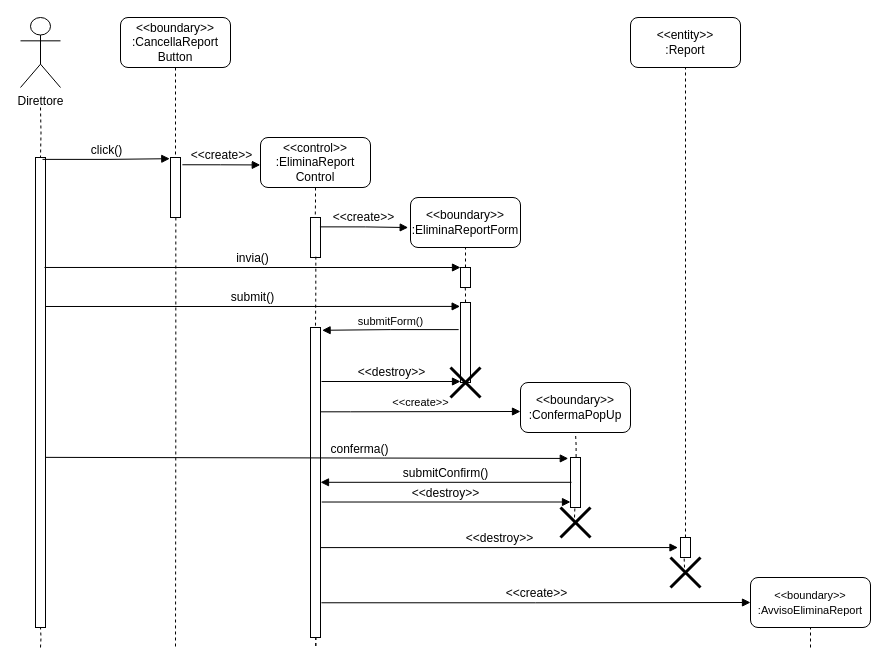
Above: Documentazione/Resources/Sequence Diagram/Sequence Diagram DeleteReport.drawio in Alberto-00/EasyPass (draw.io), before the change. Source tidied: cells renumbered, new cells numbered last; positions are measured from the earlier drawing's top-left corner, leaving out a move shared by most shapes. Both pictures are drawn from the tidied source at 100%, with x=0, y=0 at pixel (20, 17).
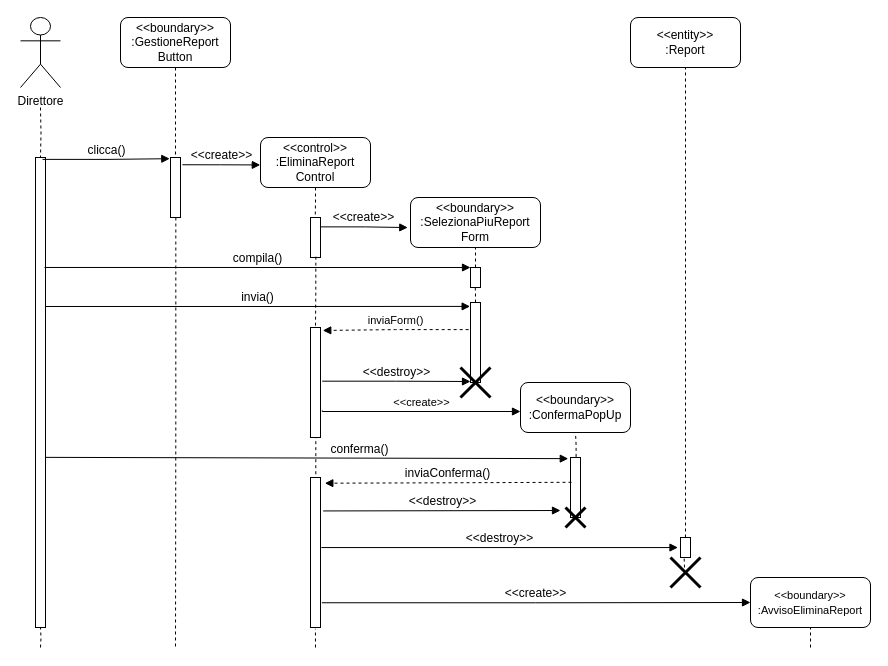
After the change.

Commit message (it also covers changes not shown here):
Sequence Diagram

Unchanged cells that the change refers to:
```xml
<mxCell id="4" style="html=1;points=[];perimeter=orthogonalPerimeter;" parent="1" vertex="1">
  <mxGeometry x="15" y="140" width="10" height="470" as="geometry" />
</mxCell>
<mxCell id="8" style="html=1;points=[];perimeter=orthogonalPerimeter;" parent="1" vertex="1">
  <mxGeometry x="150" y="140" width="10" height="60" as="geometry" />
</mxCell>
<mxCell id="30" style="html=1;points=[];perimeter=orthogonalPerimeter;" parent="1" vertex="1">
  <mxGeometry x="660" y="520" width="10" height="20" as="geometry" />
</mxCell>
<mxCell id="44" value="&lt;span style=&quot;font-size: 11px&quot;&gt;&amp;lt;&amp;lt;boundary&amp;gt;&amp;gt;&lt;br&gt;:AvvisoEliminaReport&lt;/span&gt;" style="rounded=1;whiteSpace=wrap;html=1;" parent="1" vertex="1">
  <mxGeometry x="730" y="560" width="120" height="50" as="geometry" />
</mxCell>
```

Diff of the diagram source:
```diff
@@
-    <mxCell id="5" value="&lt;font style=&quot;font-size: 12px&quot;&gt;click()&lt;/font&gt;" style="html=1;verticalAlign=bottom;endArrow=block;rounded=0;edgeStyle=orthogonalEdgeStyle;entryX=-0.071;entryY=0.02;entryDx=0;entryDy=0;entryPerimeter=0;exitX=0.7;exitY=0.004;exitDx=0;exitDy=0;exitPerimeter=0;" parent="1" edge="1" source="4" target="8">
+    <mxCell id="5" value="&lt;font style=&quot;font-size: 12px&quot;&gt;clicca()&lt;/font&gt;" style="html=1;verticalAlign=bottom;endArrow=block;rounded=0;edgeStyle=orthogonalEdgeStyle;entryX=-0.071;entryY=0.02;entryDx=0;entryDy=0;entryPerimeter=0;exitX=0.7;exitY=0.004;exitDx=0;exitDy=0;exitPerimeter=0;" parent="1" edge="1" source="4" target="8">
       <mxGeometry relative="1" as="geometry" />
     </mxCell>
-    <mxCell id="6" value="&lt;font style=&quot;font-size: 12px&quot;&gt;&amp;lt;&amp;lt;boundary&amp;gt;&amp;gt;&lt;br&gt;:CancellaReport&lt;br&gt;Button&lt;/font&gt;" style="rounded=1;whiteSpace=wrap;html=1;" parent="1" vertex="1">
+    <mxCell id="6" value="&lt;font style=&quot;font-size: 12px&quot;&gt;&amp;lt;&amp;lt;boundary&amp;gt;&amp;gt;&lt;br&gt;:GestioneReport&lt;br&gt;Button&lt;/font&gt;" style="rounded=1;whiteSpace=wrap;html=1;" parent="1" vertex="1">
       <mxGeometry x="100" width="110" height="50" as="geometry" />
     </mxCell>
@@
-    <mxCell id="14" value="&lt;font style=&quot;font-size: 12px&quot;&gt;&amp;lt;&amp;lt;boundary&amp;gt;&amp;gt;&lt;br&gt;:EliminaReportForm&lt;/font&gt;" style="rounded=1;whiteSpace=wrap;html=1;" parent="1" vertex="1">
-      <mxGeometry x="390" y="180" width="110" height="50" as="geometry" />
+    <mxCell id="14" value="&lt;font style=&quot;font-size: 12px&quot;&gt;&amp;lt;&amp;lt;boundary&amp;gt;&amp;gt;&lt;br&gt;:SelezionaPiuReport&lt;br&gt;Form&lt;/font&gt;" style="rounded=1;whiteSpace=wrap;html=1;" parent="1" vertex="1">
+      <mxGeometry x="390" y="180" width="130" height="50" as="geometry" />
     </mxCell>
@@
     <mxCell id="16" style="html=1;points=[];perimeter=orthogonalPerimeter;" parent="1" vertex="1">
-      <mxGeometry x="440" y="250" width="10" height="20" as="geometry" />
+      <mxGeometry x="450" y="250" width="10" height="20" as="geometry" />
     </mxCell>
-    <mxCell id="17" value="&lt;font style=&quot;font-size: 12px&quot;&gt;invia()&lt;/font&gt;" style="html=1;verticalAlign=bottom;endArrow=block;rounded=0;edgeStyle=orthogonalEdgeStyle;exitX=0.9;exitY=0.234;exitDx=0;exitDy=0;exitPerimeter=0;" parent="1" edge="1" source="4">
+    <mxCell id="17" value="&lt;font style=&quot;font-size: 12px&quot;&gt;compila()&lt;/font&gt;" style="html=1;verticalAlign=bottom;endArrow=block;rounded=0;edgeStyle=orthogonalEdgeStyle;exitX=0.9;exitY=0.234;exitDx=0;exitDy=0;exitPerimeter=0;" parent="1" edge="1" source="4">
       <mxGeometry relative="1" as="geometry">
-        <mxPoint x="440" y="250" as="targetPoint" />
+        <mxPoint x="450" y="250" as="targetPoint" />
       </mxGeometry>
     </mxCell>
-    <mxCell id="18" value="&lt;font style=&quot;font-size: 12px&quot;&gt;submit()&lt;/font&gt;" style="html=1;verticalAlign=bottom;endArrow=block;rounded=0;edgeStyle=orthogonalEdgeStyle;exitX=1;exitY=0.317;exitDx=0;exitDy=0;exitPerimeter=0;entryX=-0.037;entryY=0.049;entryDx=0;entryDy=0;entryPerimeter=0;" parent="1" edge="1" source="4" target="24">
+    <mxCell id="18" value="&lt;font style=&quot;font-size: 12px&quot;&gt;invia()&lt;/font&gt;" style="html=1;verticalAlign=bottom;endArrow=block;rounded=0;edgeStyle=orthogonalEdgeStyle;exitX=1;exitY=0.317;exitDx=0;exitDy=0;exitPerimeter=0;entryX=-0.037;entryY=0.049;entryDx=0;entryDy=0;entryPerimeter=0;" parent="1" edge="1" source="4" target="24">
       <mxGeometry relative="1" as="geometry" />
     </mxCell>
@@
     <mxCell id="22" style="html=1;points=[];perimeter=orthogonalPerimeter;" parent="1" vertex="1">
-      <mxGeometry x="290" y="310" width="10" height="310" as="geometry" />
+      <mxGeometry x="290" y="310" width="10" height="110" as="geometry" />
     </mxCell>
@@
     <mxCell id="24" style="html=1;points=[];perimeter=orthogonalPerimeter;" parent="1" vertex="1">
-      <mxGeometry x="440" y="285" width="10" height="80" as="geometry" />
+      <mxGeometry x="450" y="285" width="10" height="80" as="geometry" />
     </mxCell>
-    <mxCell id="25" value="submitForm()" style="html=1;verticalAlign=bottom;endArrow=block;rounded=0;edgeStyle=orthogonalEdgeStyle;entryX=1.162;entryY=0.009;entryDx=0;entryDy=0;entryPerimeter=0;exitX=-0.183;exitY=0.339;exitDx=0;exitDy=0;exitPerimeter=0;" parent="1" edge="1" source="24" target="22">
+    <mxCell id="25" value="inviaForm()" style="html=1;verticalAlign=bottom;endArrow=block;rounded=0;edgeStyle=orthogonalEdgeStyle;exitX=-0.183;exitY=0.339;exitDx=0;exitDy=0;exitPerimeter=0;entryX=1.228;entryY=0.027;entryDx=0;entryDy=0;entryPerimeter=0;dashed=1;" parent="1" edge="1" source="24" target="22">
       <mxGeometry relative="1" as="geometry" />
     </mxCell>
-    <mxCell id="26" value="&lt;font style=&quot;font-size: 12px&quot;&gt;&amp;lt;&amp;lt;destroy&amp;gt;&amp;gt;&lt;/font&gt;" style="html=1;verticalAlign=bottom;endArrow=block;rounded=0;edgeStyle=orthogonalEdgeStyle;" parent="1" edge="1">
+    <mxCell id="26" value="&lt;font style=&quot;font-size: 12px&quot;&gt;&amp;lt;&amp;lt;destroy&amp;gt;&amp;gt;&lt;/font&gt;" style="html=1;verticalAlign=bottom;endArrow=block;rounded=0;edgeStyle=orthogonalEdgeStyle;exitX=1.172;exitY=0.488;exitDx=0;exitDy=0;exitPerimeter=0;" parent="1" edge="1" source="22">
       <mxGeometry relative="1" as="geometry">
-        <mxPoint x="301" y="364" as="sourcePoint" />
-        <mxPoint x="440" y="364" as="targetPoint" />
+        <mxPoint x="450" y="364" as="targetPoint" />
       </mxGeometry>
     </mxCell>
     <mxCell id="27" style="shape=umlDestroy;whiteSpace=wrap;html=1;strokeWidth=3;" parent="1" vertex="1">
-      <mxGeometry x="430" y="350" width="30" height="30" as="geometry" />
+      <mxGeometry x="440" y="350" width="30" height="30" as="geometry" />
     </mxCell>
@@
-    <mxCell id="31" value="&amp;lt;&amp;lt;create&amp;gt;&amp;gt;" style="html=1;verticalAlign=bottom;endArrow=block;rounded=0;edgeStyle=orthogonalEdgeStyle;exitX=0.96;exitY=0.272;exitDx=0;exitDy=0;exitPerimeter=0;" parent="1" edge="1" source="22">
+    <mxCell id="31" value="&amp;lt;&amp;lt;create&amp;gt;&amp;gt;" style="html=1;verticalAlign=bottom;endArrow=block;rounded=0;edgeStyle=orthogonalEdgeStyle;exitX=1.172;exitY=0.754;exitDx=0;exitDy=0;exitPerimeter=0;" parent="1" edge="1" source="22">
       <mxGeometry relative="1" as="geometry">
         <mxPoint x="500" y="394" as="targetPoint" />
         <Array as="points">
-          <mxPoint x="330" y="394" />
-          <mxPoint x="480" y="394" />
+          <mxPoint x="302" y="394" />
         </Array>
       </mxGeometry>
     </mxCell>
@@
     <mxCell id="34" style="html=1;points=[];perimeter=orthogonalPerimeter;" parent="1" vertex="1">
-      <mxGeometry x="550" y="440" width="10" height="50" as="geometry" />
+      <mxGeometry x="550" y="440" width="10" height="60" as="geometry" />
     </mxCell>
@@
-    <mxCell id="36" value="&lt;font style=&quot;font-size: 12px&quot;&gt;submitConfirm()&lt;/font&gt;" style="html=1;verticalAlign=bottom;endArrow=block;rounded=0;edgeStyle=orthogonalEdgeStyle;" parent="1" edge="1">
+    <mxCell id="36" value="&lt;font style=&quot;font-size: 12px&quot;&gt;inviaConferma()&lt;/font&gt;" style="html=1;verticalAlign=bottom;endArrow=block;rounded=0;edgeStyle=orthogonalEdgeStyle;entryX=1.433;entryY=0.038;entryDx=0;entryDy=0;entryPerimeter=0;dashed=1;" parent="1" edge="1" target="47">
       <mxGeometry relative="1" as="geometry">
         <mxPoint x="551" y="464.8" as="sourcePoint" />
-        <mxPoint x="300" y="464.8" as="targetPoint" />
-        <Array as="points">
-          <mxPoint x="551" y="464.8" />
-          <mxPoint x="300" y="464.8" />
-        </Array>
       </mxGeometry>
     </mxCell>
-    <mxCell id="37" value="&lt;font style=&quot;font-size: 12px&quot;&gt;&amp;lt;&amp;lt;destroy&amp;gt;&amp;gt;&lt;/font&gt;" style="html=1;verticalAlign=bottom;endArrow=block;rounded=0;edgeStyle=orthogonalEdgeStyle;exitX=1.12;exitY=0.563;exitDx=0;exitDy=0;exitPerimeter=0;entryX=0;entryY=0.89;entryDx=0;entryDy=0;entryPerimeter=0;" parent="1" edge="1" source="22" target="34">
-      <mxGeometry relative="1" as="geometry" />
+    <mxCell id="37" value="&lt;font style=&quot;font-size: 12px&quot;&gt;&amp;lt;&amp;lt;destroy&amp;gt;&amp;gt;&lt;/font&gt;" style="html=1;verticalAlign=bottom;endArrow=block;rounded=0;edgeStyle=orthogonalEdgeStyle;exitX=1.271;exitY=0.223;exitDx=0;exitDy=0;exitPerimeter=0;" parent="1" edge="1" source="47">
+      <mxGeometry relative="1" as="geometry">
+        <mxPoint x="540" y="493" as="targetPoint" />
+      </mxGeometry>
     </mxCell>
     <mxCell id="38" style="shape=umlDestroy;whiteSpace=wrap;html=1;strokeWidth=3;" parent="1" vertex="1">
-      <mxGeometry x="540" y="490" width="30" height="30" as="geometry" />
+      <mxGeometry x="545" y="490" width="20" height="20" as="geometry" />
     </mxCell>
@@
-    <mxCell id="40" value="&lt;font style=&quot;font-size: 12px&quot;&gt;&amp;lt;&amp;lt;destroy&amp;gt;&amp;gt;&lt;/font&gt;" style="html=1;verticalAlign=bottom;endArrow=block;rounded=0;edgeStyle=orthogonalEdgeStyle;exitX=1;exitY=0.71;exitDx=0;exitDy=0;exitPerimeter=0;entryX=-0.252;entryY=0.503;entryDx=0;entryDy=0;entryPerimeter=0;" parent="1" edge="1" source="22" target="30">
+    <mxCell id="40" value="&lt;font style=&quot;font-size: 12px&quot;&gt;&amp;lt;&amp;lt;destroy&amp;gt;&amp;gt;&lt;/font&gt;" style="html=1;verticalAlign=bottom;endArrow=block;rounded=0;edgeStyle=orthogonalEdgeStyle;entryX=-0.252;entryY=0.503;entryDx=0;entryDy=0;entryPerimeter=0;exitX=1.089;exitY=0.467;exitDx=0;exitDy=0;exitPerimeter=0;" parent="1" edge="1" source="47" target="30">
       <mxGeometry relative="1" as="geometry" />
     </mxCell>
@@
-    <mxCell id="43" value="&lt;font style=&quot;font-size: 12px&quot;&gt;&amp;lt;&amp;lt;create&amp;gt;&amp;gt;&lt;/font&gt;" style="html=1;verticalAlign=bottom;endArrow=block;rounded=0;edgeStyle=orthogonalEdgeStyle;exitX=1.093;exitY=0.888;exitDx=0;exitDy=0;exitPerimeter=0;entryX=0;entryY=0.5;entryDx=0;entryDy=0;" parent="1" edge="1" source="22" target="44">
+    <mxCell id="43" value="&lt;font style=&quot;font-size: 12px&quot;&gt;&amp;lt;&amp;lt;create&amp;gt;&amp;gt;&lt;/font&gt;" style="html=1;verticalAlign=bottom;endArrow=block;rounded=0;edgeStyle=orthogonalEdgeStyle;entryX=0;entryY=0.5;entryDx=0;entryDy=0;exitX=1.134;exitY=0.835;exitDx=0;exitDy=0;exitPerimeter=0;" parent="1" edge="1" source="47" target="44">
       <mxGeometry relative="1" as="geometry" />
     </mxCell>
@@
+    <mxCell id="47" style="html=1;points=[];perimeter=orthogonalPerimeter;" parent="1" vertex="1">
+      <mxGeometry x="290" y="460" width="10" height="150" as="geometry" />
+    </mxCell>
+    <mxCell id="48" style="endArrow=none;dashed=1;html=1;rounded=0;entryX=0.493;entryY=1.009;entryDx=0;entryDy=0;entryPerimeter=0;" parent="1" edge="1" target="47">
+      <mxGeometry relative="1" as="geometry">
+        <mxPoint x="295" y="630" as="sourcePoint" />
+      </mxGeometry>
+    </mxCell>
```
